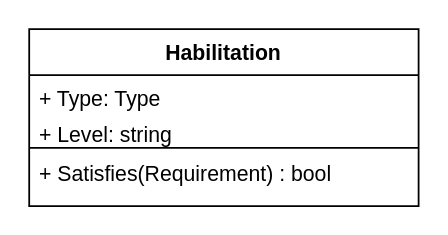
Above: Assets/Habilitation.drawio in ProgramacionII-Equipo3/Proyecto (draw.io), before the change. Source tidied: cells renumbered, new cells numbered last; positions are measured from the earlier drawing's top-left corner, leaving out a move shared by most shapes. Both pictures are drawn from the tidied source at 177%, with x=0, y=0 at pixel (28, 28).
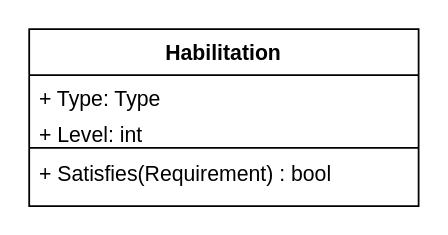
The same page after the edit.

Change to the diagram source:
```diff
@@
 <mxGraphModel>
   <root>
     <mxCell id="0" />
     <mxCell id="1" parent="0" />
     <mxCell id="2" value="Habilitation" style="swimlane;fontStyle=1;align=center;verticalAlign=top;horizontal=1;startSize=26;" parent="1" vertex="1">
       <mxGeometry width="220" height="100" as="geometry" />
     </mxCell>
     <mxCell id="3" value="+ Type: Type" style="text;strokeColor=none;fillColor=none;align=left;verticalAlign=top;spacingLeft=4;spacingRight=4;overflow=hidden;" parent="2" vertex="1">
       <mxGeometry y="26" width="220" height="20" as="geometry" />
     </mxCell>
-    <mxCell id="4" value="+ Level: string" style="text;strokeColor=none;fillColor=none;align=left;verticalAlign=top;spacingLeft=4;spacingRight=4;overflow=hidden;" parent="2" vertex="1">
+    <mxCell id="4" value="+ Level: int" style="text;strokeColor=none;fillColor=none;align=left;verticalAlign=top;spacingLeft=4;spacingRight=4;overflow=hidden;" parent="2" vertex="1">
       <mxGeometry y="46" width="220" height="20" as="geometry" />
     </mxCell>
     <mxCell id="5" style="line;strokeWidth=1;fillColor=none;align=left;verticalAlign=middle;spacingTop=-1;spacingLeft=3;spacingRight=3;labelPosition=right;" parent="2" vertex="1">
       <mxGeometry y="66" width="220" height="2" as="geometry" />
     </mxCell>
     <mxCell id="6" value="+ Satisfies(Requirement) : bool" style="text;strokeColor=none;fillColor=none;align=left;verticalAlign=top;spacingLeft=4;spacingRight=4;overflow=hidden;" parent="2" vertex="1">
       <mxGeometry y="68" width="220" height="32" as="geometry" />
     </mxCell>
   </root>
 </mxGraphModel>
```
